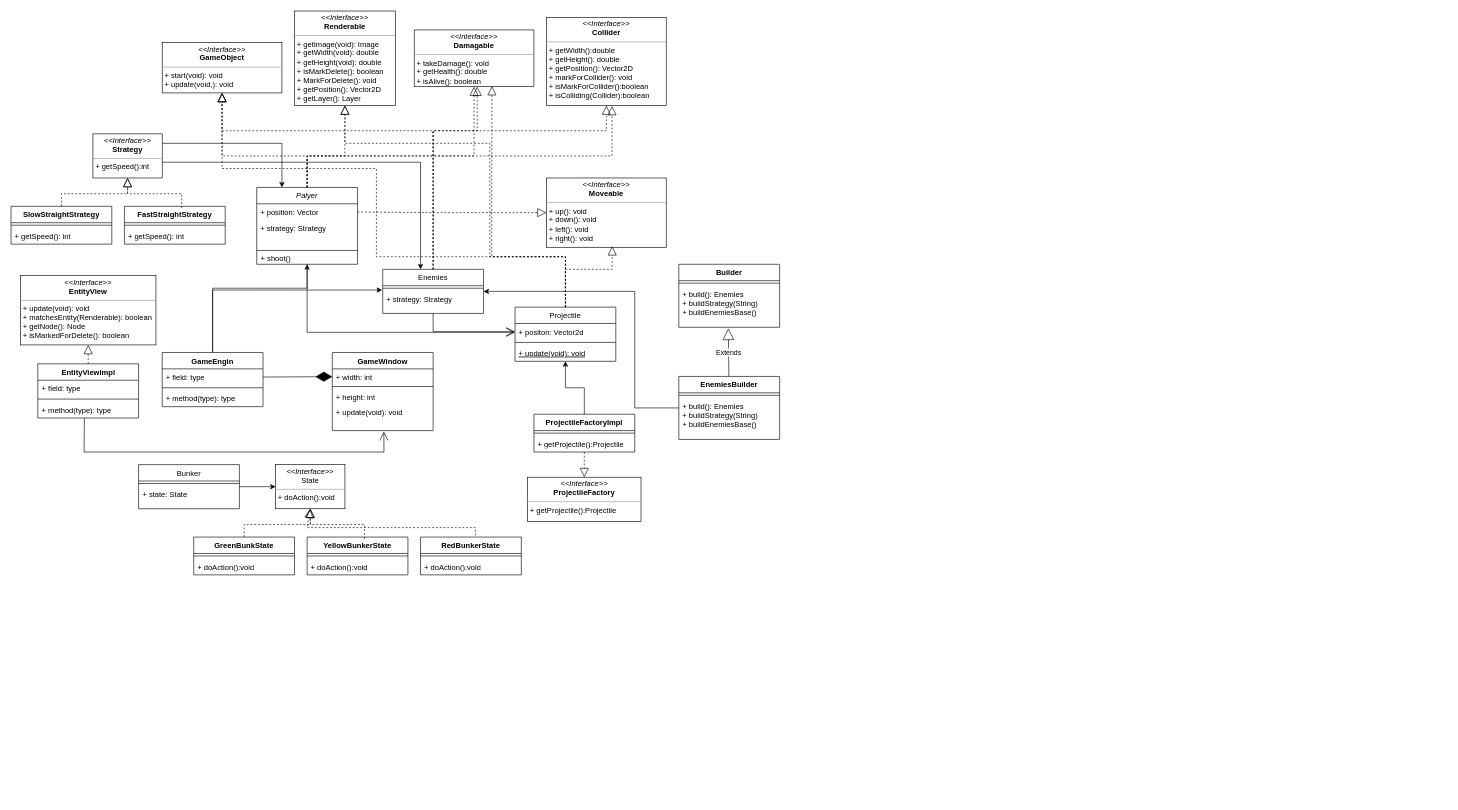
Above: space.drawio in hayden-pzhou/drawioChart (draw.io), before the change. Source tidied: cells renumbered, new cells numbered last; positions are measured from the earlier drawing's top-left corner, leaving out a move shared by most shapes. Both pictures are drawn from the tidied source at 63%, with x=0, y=0 at pixel (11, 11).
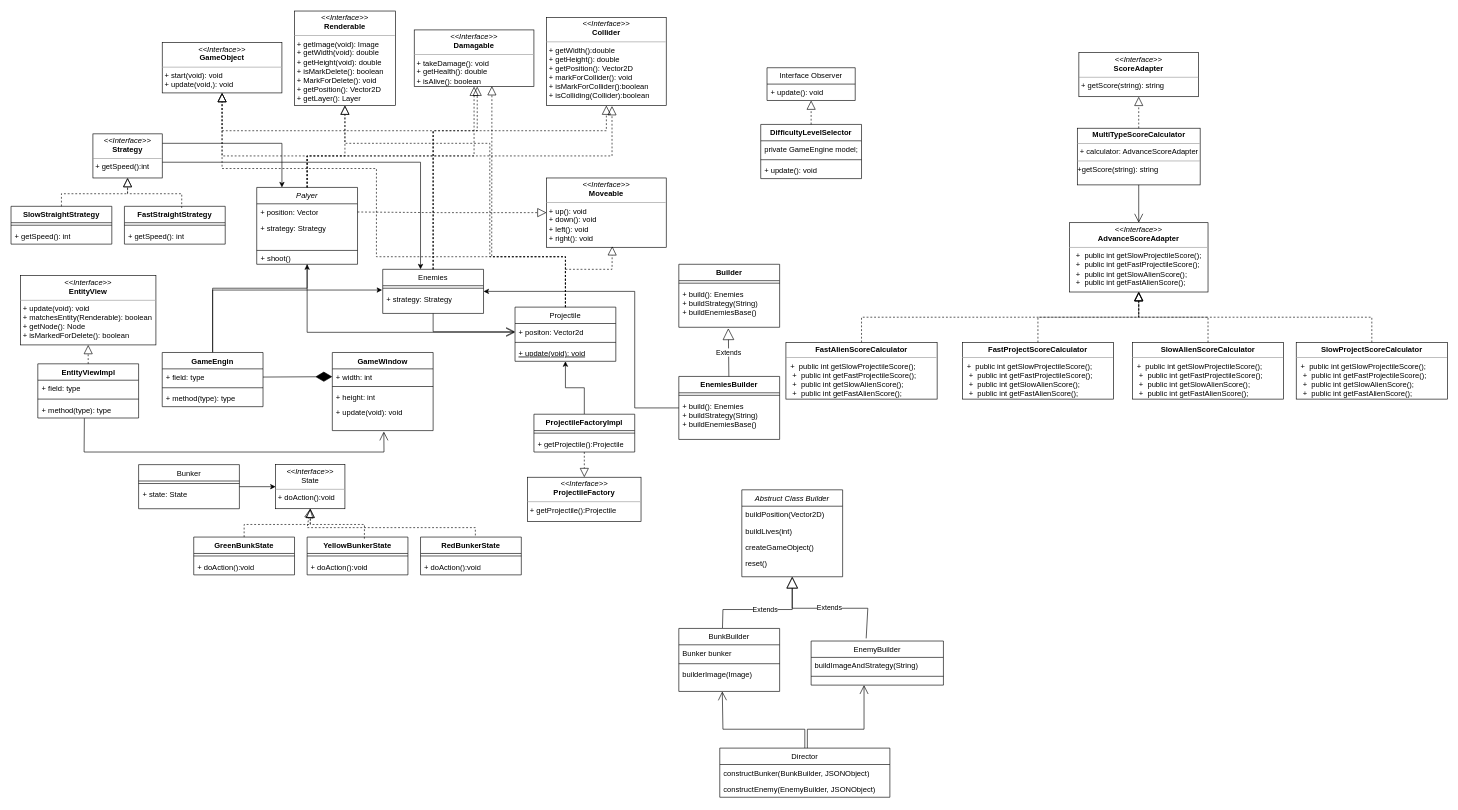
The same page after the edit.

Change to the diagram source:
```diff
@@
+    <mxCell id="94" value="&lt;p style=&quot;margin:0px;margin-top:4px;text-align:center;&quot;&gt;&lt;i&gt;&amp;lt;&amp;lt;Interface&amp;gt;&amp;gt;&lt;/i&gt;&lt;br&gt;&lt;b&gt;ScoreAdapter&lt;/b&gt;&lt;/p&gt;&lt;hr size=&quot;1&quot;&gt;&lt;p style=&quot;margin:0px;margin-left:4px;&quot;&gt;&lt;span style=&quot;background-color: initial;&quot;&gt;+ getScore(string): string&lt;/span&gt;&lt;br&gt;&lt;/p&gt;" style="verticalAlign=top;align=left;overflow=fill;fontSize=12;fontFamily=Helvetica;html=1;whiteSpace=wrap;" parent="1" vertex="1">
+      <mxGeometry x="1695" y="66" width="190" height="70" as="geometry" />
+    </mxCell>
+    <mxCell id="95" value="&lt;p style=&quot;margin:0px;margin-top:4px;text-align:center;&quot;&gt;&lt;i&gt;&amp;lt;&amp;lt;Interface&amp;gt;&amp;gt;&lt;/i&gt;&lt;br&gt;&lt;b&gt;AdvanceScoreAdapter&lt;/b&gt;&lt;/p&gt;&lt;hr size=&quot;1&quot;&gt;&lt;p style=&quot;margin:0px;margin-left:4px;&quot;&gt;&amp;nbsp; +&amp;nbsp; public int getSlowProjectileScore();&lt;/p&gt;&lt;p style=&quot;margin:0px;margin-left:4px;&quot;&gt;&amp;nbsp; +&amp;nbsp; public int getFastProjectileScore();&lt;/p&gt;&lt;p style=&quot;margin:0px;margin-left:4px;&quot;&gt;&amp;nbsp; +&amp;nbsp; public int getSlowAlienScore();&lt;/p&gt;&lt;p style=&quot;margin:0px;margin-left:4px;&quot;&gt;&amp;nbsp; +&amp;nbsp; public int getFastAlienScore();&lt;/p&gt;" style="verticalAlign=top;align=left;overflow=fill;fontSize=12;fontFamily=Helvetica;html=1;whiteSpace=wrap;" parent="1" vertex="1">
+      <mxGeometry x="1680" y="336" width="220" height="110" as="geometry" />
+    </mxCell>
+    <mxCell id="96" value="&lt;p style=&quot;margin:0px;margin-top:4px;text-align:center;&quot;&gt;&lt;b&gt;FastAlienScoreCalculator&lt;/b&gt;&lt;/p&gt;&lt;hr size=&quot;1&quot;&gt;&lt;p style=&quot;border-color: var(--border-color); margin: 0px 0px 0px 4px;&quot;&gt;&amp;nbsp;+&amp;nbsp; public int getSlowProjectileScore();&lt;/p&gt;&lt;p style=&quot;border-color: var(--border-color); margin: 0px 0px 0px 4px;&quot;&gt;&amp;nbsp; +&amp;nbsp; public int getFastProjectileScore();&lt;/p&gt;&lt;p style=&quot;border-color: var(--border-color); margin: 0px 0px 0px 4px;&quot;&gt;&amp;nbsp; +&amp;nbsp; public int getSlowAlienScore();&lt;/p&gt;&lt;p style=&quot;border-color: var(--border-color); margin: 0px 0px 0px 4px;&quot;&gt;&amp;nbsp; +&amp;nbsp; public int getFastAlienScore();&lt;/p&gt;" style="verticalAlign=top;align=left;overflow=fill;fontSize=12;fontFamily=Helvetica;html=1;whiteSpace=wrap;" parent="1" vertex="1">
+      <mxGeometry x="1230" y="526" width="240" height="90" as="geometry" />
+    </mxCell>
+    <mxCell id="97" value="&lt;p style=&quot;margin:0px;margin-top:4px;text-align:center;&quot;&gt;&lt;b&gt;FastProjectScoreCalculator&lt;/b&gt;&lt;br&gt;&lt;/p&gt;&lt;hr size=&quot;1&quot;&gt;&lt;p style=&quot;border-color: var(--border-color); margin: 0px 0px 0px 4px;&quot;&gt;&amp;nbsp;+&amp;nbsp; public int getSlowProjectileScore();&lt;/p&gt;&lt;p style=&quot;border-color: var(--border-color); margin: 0px 0px 0px 4px;&quot;&gt;&amp;nbsp; +&amp;nbsp; public int getFastProjectileScore();&lt;/p&gt;&lt;p style=&quot;border-color: var(--border-color); margin: 0px 0px 0px 4px;&quot;&gt;&amp;nbsp; +&amp;nbsp; public int getSlowAlienScore();&lt;/p&gt;&lt;p style=&quot;border-color: var(--border-color); margin: 0px 0px 0px 4px;&quot;&gt;&amp;nbsp; +&amp;nbsp; public int getFastAlienScore();&lt;/p&gt;" style="verticalAlign=top;align=left;overflow=fill;fontSize=12;fontFamily=Helvetica;html=1;whiteSpace=wrap;" parent="1" vertex="1">
+      <mxGeometry x="1510" y="526" width="240" height="90" as="geometry" />
+    </mxCell>
+    <mxCell id="98" value="&lt;p style=&quot;margin:0px;margin-top:4px;text-align:center;&quot;&gt;&lt;b&gt;SlowAlienScoreCalculator&lt;/b&gt;&lt;br&gt;&lt;/p&gt;&lt;hr size=&quot;1&quot;&gt;&lt;p style=&quot;border-color: var(--border-color); margin: 0px 0px 0px 4px;&quot;&gt;&amp;nbsp;+&amp;nbsp; public int getSlowProjectileScore();&lt;/p&gt;&lt;p style=&quot;border-color: var(--border-color); margin: 0px 0px 0px 4px;&quot;&gt;&amp;nbsp; +&amp;nbsp; public int getFastProjectileScore();&lt;/p&gt;&lt;p style=&quot;border-color: var(--border-color); margin: 0px 0px 0px 4px;&quot;&gt;&amp;nbsp; +&amp;nbsp; public int getSlowAlienScore();&lt;/p&gt;&lt;p style=&quot;border-color: var(--border-color); margin: 0px 0px 0px 4px;&quot;&gt;&amp;nbsp; +&amp;nbsp; public int getFastAlienScore();&lt;/p&gt;" style="verticalAlign=top;align=left;overflow=fill;fontSize=12;fontFamily=Helvetica;html=1;whiteSpace=wrap;" parent="1" vertex="1">
+      <mxGeometry x="1780" y="526" width="240" height="90" as="geometry" />
+    </mxCell>
+    <mxCell id="99" value="&lt;p style=&quot;margin:0px;margin-top:4px;text-align:center;&quot;&gt;&lt;b&gt;SlowProjectScoreCalculator&lt;/b&gt;&lt;br&gt;&lt;/p&gt;&lt;hr size=&quot;1&quot;&gt;&lt;p style=&quot;border-color: var(--border-color); margin: 0px 0px 0px 4px;&quot;&gt;&amp;nbsp;+&amp;nbsp; public int getSlowProjectileScore();&lt;/p&gt;&lt;p style=&quot;border-color: var(--border-color); margin: 0px 0px 0px 4px;&quot;&gt;&amp;nbsp; +&amp;nbsp; public int getFastProjectileScore();&lt;/p&gt;&lt;p style=&quot;border-color: var(--border-color); margin: 0px 0px 0px 4px;&quot;&gt;&amp;nbsp; +&amp;nbsp; public int getSlowAlienScore();&lt;/p&gt;&lt;p style=&quot;border-color: var(--border-color); margin: 0px 0px 0px 4px;&quot;&gt;&amp;nbsp; +&amp;nbsp; public int getFastAlienScore();&lt;/p&gt;" style="verticalAlign=top;align=left;overflow=fill;fontSize=12;fontFamily=Helvetica;html=1;whiteSpace=wrap;" parent="1" vertex="1">
+      <mxGeometry x="2040" y="526" width="240" height="90" as="geometry" />
+    </mxCell>
+    <mxCell id="100" style="endArrow=block;dashed=1;endFill=0;endSize=12;html=1;rounded=0;exitX=0.5;exitY=0;exitDx=0;exitDy=0;entryX=0.5;entryY=1;entryDx=0;entryDy=0;" parent="1" edge="1" source="96" target="95">
+      <mxGeometry relative="1" as="geometry">
+        <Array as="points">
+          <mxPoint x="1350" y="486" />
+          <mxPoint x="1790" y="486" />
+        </Array>
+      </mxGeometry>
+    </mxCell>
+    <mxCell id="101" style="endArrow=block;dashed=1;endFill=0;endSize=12;html=1;rounded=0;exitX=0.5;exitY=0;exitDx=0;exitDy=0;entryX=0.5;entryY=1;entryDx=0;entryDy=0;" parent="1" edge="1" source="97" target="95">
+      <mxGeometry relative="1" as="geometry">
+        <Array as="points">
+          <mxPoint x="1630" y="486" />
+          <mxPoint x="1790" y="486" />
+        </Array>
+      </mxGeometry>
+    </mxCell>
+    <mxCell id="102" style="endArrow=block;dashed=1;endFill=0;endSize=12;html=1;rounded=0;exitX=0.5;exitY=0;exitDx=0;exitDy=0;entryX=0.5;entryY=1;entryDx=0;entryDy=0;" parent="1" edge="1" source="98" target="95">
+      <mxGeometry relative="1" as="geometry">
+        <Array as="points">
+          <mxPoint x="1900" y="486" />
+          <mxPoint x="1790" y="486" />
+        </Array>
+      </mxGeometry>
+    </mxCell>
+    <mxCell id="103" style="endArrow=block;dashed=1;endFill=0;endSize=12;html=1;rounded=0;exitX=0.5;exitY=0;exitDx=0;exitDy=0;entryX=0.5;entryY=1;entryDx=0;entryDy=0;" parent="1" edge="1" target="95">
+      <mxGeometry relative="1" as="geometry">
+        <mxPoint x="2160" y="526" as="sourcePoint" />
+        <Array as="points">
+          <mxPoint x="2160" y="486" />
+          <mxPoint x="1790" y="486" />
+        </Array>
+      </mxGeometry>
+    </mxCell>
+    <mxCell id="104" value="&lt;p style=&quot;margin:0px;margin-top:4px;text-align:center;&quot;&gt;&lt;b&gt;MultiTypeScoreCalculator&lt;/b&gt;&lt;br&gt;&lt;/p&gt;&lt;hr size=&quot;1&quot;&gt;&lt;p style=&quot;margin:0px;margin-left:4px;&quot;&gt;+ calculator: AdvanceScoreAdapter&lt;/p&gt;&lt;hr size=&quot;1&quot;&gt;&lt;p style=&quot;margin:0px;margin-left:4px;&quot;&gt;&lt;/p&gt;+getScore(string): string" style="verticalAlign=top;align=left;overflow=fill;fontSize=12;fontFamily=Helvetica;html=1;whiteSpace=wrap;" parent="1" vertex="1">
+      <mxGeometry x="1692.5" y="186" width="195" height="90" as="geometry" />
+    </mxCell>
+    <mxCell id="105" style="endArrow=block;dashed=1;endFill=0;endSize=12;html=1;rounded=0;exitX=0.5;exitY=0;exitDx=0;exitDy=0;entryX=0.5;entryY=1;entryDx=0;entryDy=0;" parent="1" edge="1" source="104" target="94">
+      <mxGeometry relative="1" as="geometry" />
+    </mxCell>
+    <mxCell id="106" style="endArrow=open;endFill=1;endSize=12;html=1;rounded=0;exitX=0.5;exitY=1;exitDx=0;exitDy=0;entryX=0.5;entryY=0;entryDx=0;entryDy=0;" parent="1" edge="1" source="104" target="95">
+      <mxGeometry relative="1" as="geometry" />
+    </mxCell>
+    <mxCell id="107" value="Interface Observer" style="swimlane;fontStyle=0;horizontal=1;startSize=26;fillColor=none;whiteSpace=wrap;html=1;" parent="1" vertex="1">
+      <mxGeometry x="1200" y="90" width="140" height="52" as="geometry" />
+    </mxCell>
+    <mxCell id="108" value="+ update(): void" style="text;strokeColor=none;fillColor=none;align=left;verticalAlign=top;spacingLeft=4;spacingRight=4;overflow=hidden;whiteSpace=wrap;html=1;" parent="107" vertex="1">
+      <mxGeometry y="26" width="140" height="26" as="geometry" />
+    </mxCell>
+    <mxCell id="109" value="DifficultyLevelSelector" style="swimlane;fontStyle=1;align=center;verticalAlign=top;horizontal=1;startSize=26;whiteSpace=wrap;html=1;" parent="1" vertex="1">
+      <mxGeometry x="1190" y="180" width="160" height="86" as="geometry" />
+    </mxCell>
+    <mxCell id="110" value="private GameEngine model;" style="text;strokeColor=none;fillColor=none;align=left;verticalAlign=top;spacingLeft=4;spacingRight=4;overflow=hidden;whiteSpace=wrap;html=1;" parent="109" vertex="1">
+      <mxGeometry y="26" width="160" height="26" as="geometry" />
+    </mxCell>
+    <mxCell id="111" style="line;strokeWidth=1;fillColor=none;align=left;verticalAlign=middle;spacingTop=-1;spacingLeft=3;spacingRight=3;labelPosition=right;strokeColor=inherit;" parent="109" vertex="1">
+      <mxGeometry y="52" width="160" height="8" as="geometry" />
+    </mxCell>
+    <mxCell id="112" value="+ update(): void" style="text;strokeColor=none;fillColor=none;align=left;verticalAlign=top;spacingLeft=4;spacingRight=4;overflow=hidden;whiteSpace=wrap;html=1;" parent="109" vertex="1">
+      <mxGeometry y="60" width="160" height="26" as="geometry" />
+    </mxCell>
+    <mxCell id="113" style="endArrow=block;dashed=1;endFill=0;endSize=12;html=1;rounded=0;exitX=0.5;exitY=0;exitDx=0;exitDy=0;" parent="1" edge="1" source="109" target="107">
+      <mxGeometry relative="1" as="geometry" />
+    </mxCell>
+    <mxCell id="114" value="Abstruct Class Builder" style="swimlane;fontStyle=2;align=center;verticalAlign=top;horizontal=1;startSize=26;rounded=0;shadow=0;strokeWidth=1;" parent="1" vertex="1">
+      <mxGeometry x="1160" y="760" width="160" height="138" as="geometry" />
+    </mxCell>
+    <mxCell id="115" value="buildPosition(Vector2D)" style="text;align=left;verticalAlign=top;spacingLeft=4;spacingRight=4;overflow=hidden;" parent="114" vertex="1">
+      <mxGeometry y="26" width="160" height="26" as="geometry" />
+    </mxCell>
+    <mxCell id="116" value="buildLives(int)" style="text;align=left;verticalAlign=top;spacingLeft=4;spacingRight=4;overflow=hidden;" parent="114" vertex="1">
+      <mxGeometry y="52" width="160" height="26" as="geometry" />
+    </mxCell>
+    <mxCell id="117" value="createGameObject()" style="text;align=left;verticalAlign=top;spacingLeft=4;spacingRight=4;overflow=hidden;" parent="114" vertex="1">
+      <mxGeometry y="78" width="160" height="26" as="geometry" />
+    </mxCell>
+    <mxCell id="118" value="reset()" style="text;align=left;verticalAlign=top;spacingLeft=4;spacingRight=4;overflow=hidden;" parent="114" vertex="1">
+      <mxGeometry y="104" width="160" height="26" as="geometry" />
+    </mxCell>
+    <mxCell id="119" value="BunkBuilder" style="swimlane;fontStyle=0;align=center;verticalAlign=top;horizontal=1;startSize=26;rounded=0;shadow=0;strokeWidth=1;" parent="1" vertex="1">
+      <mxGeometry x="1060" y="980" width="160" height="100" as="geometry" />
+    </mxCell>
+    <mxCell id="120" value="Bunker bunker" style="text;align=left;verticalAlign=top;spacingLeft=4;spacingRight=4;overflow=hidden;" parent="119" vertex="1">
+      <mxGeometry y="26" width="160" height="26" as="geometry" />
+    </mxCell>
+    <mxCell id="121" style="line;html=1;strokeWidth=1;align=left;verticalAlign=middle;spacingTop=-1;spacingLeft=3;spacingRight=3;labelPosition=right;" parent="119" vertex="1">
+      <mxGeometry y="52" width="160" height="8" as="geometry" />
+    </mxCell>
+    <mxCell id="122" value="builderImage(Image)" style="text;align=left;verticalAlign=top;spacingLeft=4;spacingRight=4;overflow=hidden;" parent="119" vertex="1">
+      <mxGeometry y="60" width="160" height="26" as="geometry" />
+    </mxCell>
+    <mxCell id="123" value="EnemyBuilder" style="swimlane;fontStyle=0;align=center;verticalAlign=top;horizontal=1;startSize=26;rounded=0;shadow=0;strokeWidth=1;" parent="1" vertex="1">
+      <mxGeometry x="1270" y="1000" width="210" height="70" as="geometry" />
+    </mxCell>
+    <mxCell id="124" value="buildImageAndStrategy(String)" style="text;align=left;verticalAlign=top;spacingLeft=4;spacingRight=4;overflow=hidden;" parent="123" vertex="1">
+      <mxGeometry y="26" width="210" height="26" as="geometry" />
+    </mxCell>
+    <mxCell id="125" style="line;html=1;strokeWidth=1;align=left;verticalAlign=middle;spacingTop=-1;spacingLeft=3;spacingRight=3;labelPosition=right;" parent="123" vertex="1">
+      <mxGeometry y="52" width="210" height="8" as="geometry" />
+    </mxCell>
+    <mxCell id="126" value="Extends" style="endArrow=block;endSize=16;endFill=0;html=1;rounded=0;exitX=0.433;exitY=-0.006;exitDx=0;exitDy=0;exitPerimeter=0;entryX=0.5;entryY=1;entryDx=0;entryDy=0;" parent="1" edge="1" source="119" target="114">
+      <mxGeometry relative="1" as="geometry">
+        <Array as="points">
+          <mxPoint x="1130" y="950" />
+          <mxPoint x="1240" y="950" />
+        </Array>
+      </mxGeometry>
+    </mxCell>
+    <mxCell id="127" value="Extends" style="endArrow=block;endSize=16;endFill=0;html=1;rounded=0;exitX=0.546;exitY=-0.031;exitDx=0;exitDy=0;exitPerimeter=0;" parent="1" edge="1">
+      <mxGeometry relative="1" as="geometry">
+        <mxPoint x="1357.4" y="995.8" as="sourcePoint" />
+        <mxPoint x="1240" y="898" as="targetPoint" />
+        <Array as="points">
+          <mxPoint x="1360" y="948" />
+          <mxPoint x="1240" y="948" />
+        </Array>
+      </mxGeometry>
+    </mxCell>
+    <mxCell id="128" value="Director" style="swimlane;fontStyle=0;horizontal=1;startSize=26;fillColor=none;whiteSpace=wrap;html=1;" parent="1" vertex="1">
+      <mxGeometry x="1125" y="1170" width="270" height="78" as="geometry" />
+    </mxCell>
+    <mxCell id="129" value="constructBunker(BunkBuilder, JSONObject)" style="text;strokeColor=none;fillColor=none;align=left;verticalAlign=top;spacingLeft=4;spacingRight=4;overflow=hidden;whiteSpace=wrap;html=1;" parent="128" vertex="1">
+      <mxGeometry y="26" width="270" height="26" as="geometry" />
+    </mxCell>
+    <mxCell id="130" value="constructEnemy(EnemyBuilder, JSONObject)" style="text;strokeColor=none;fillColor=none;align=left;verticalAlign=top;spacingLeft=4;spacingRight=4;overflow=hidden;whiteSpace=wrap;html=1;" parent="128" vertex="1">
+      <mxGeometry y="52" width="270" height="26" as="geometry" />
+    </mxCell>
+    <mxCell id="131" style="endArrow=open;endFill=1;endSize=12;html=1;rounded=0;exitX=0.5;exitY=0;exitDx=0;exitDy=0;" parent="1" edge="1" source="128">
+      <mxGeometry relative="1" as="geometry">
+        <mxPoint x="1129" y="1080" as="targetPoint" />
+        <Array as="points">
+          <mxPoint x="1260" y="1140" />
+          <mxPoint x="1130" y="1140" />
+        </Array>
+      </mxGeometry>
+    </mxCell>
+    <mxCell id="132" style="endArrow=open;endFill=1;endSize=12;html=1;rounded=0;entryX=0.5;entryY=1;entryDx=0;entryDy=0;" parent="1" edge="1">
+      <mxGeometry relative="1" as="geometry">
+        <mxPoint x="1264" y="1170" as="sourcePoint" />
+        <mxPoint x="1354" y="1070" as="targetPoint" />
+        <Array as="points">
+          <mxPoint x="1264" y="1140" />
+          <mxPoint x="1354" y="1140" />
+        </Array>
+      </mxGeometry>
+    </mxCell>
```
